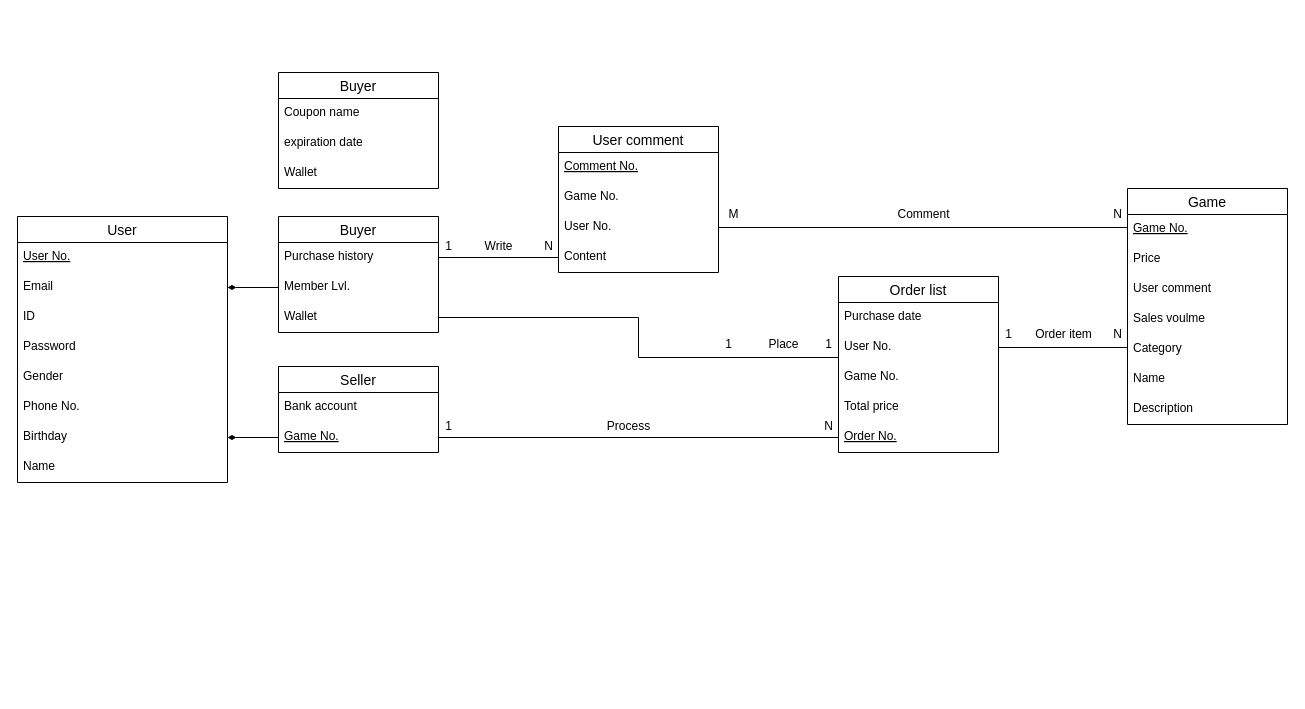
13urgerKing/109-1DBMS keeps this draw.io diagram as page "Database Schema" (3 of 3) of DBMS.drawio. Above is the earlier version. Source tidied: cells renumbered, new cells numbered last; positions are measured from the earlier drawing's top-left corner, leaving out a move shared by most shapes. Both pictures are drawn from the tidied source at 100%, with x=0, y=0 at pixel (17, 72).
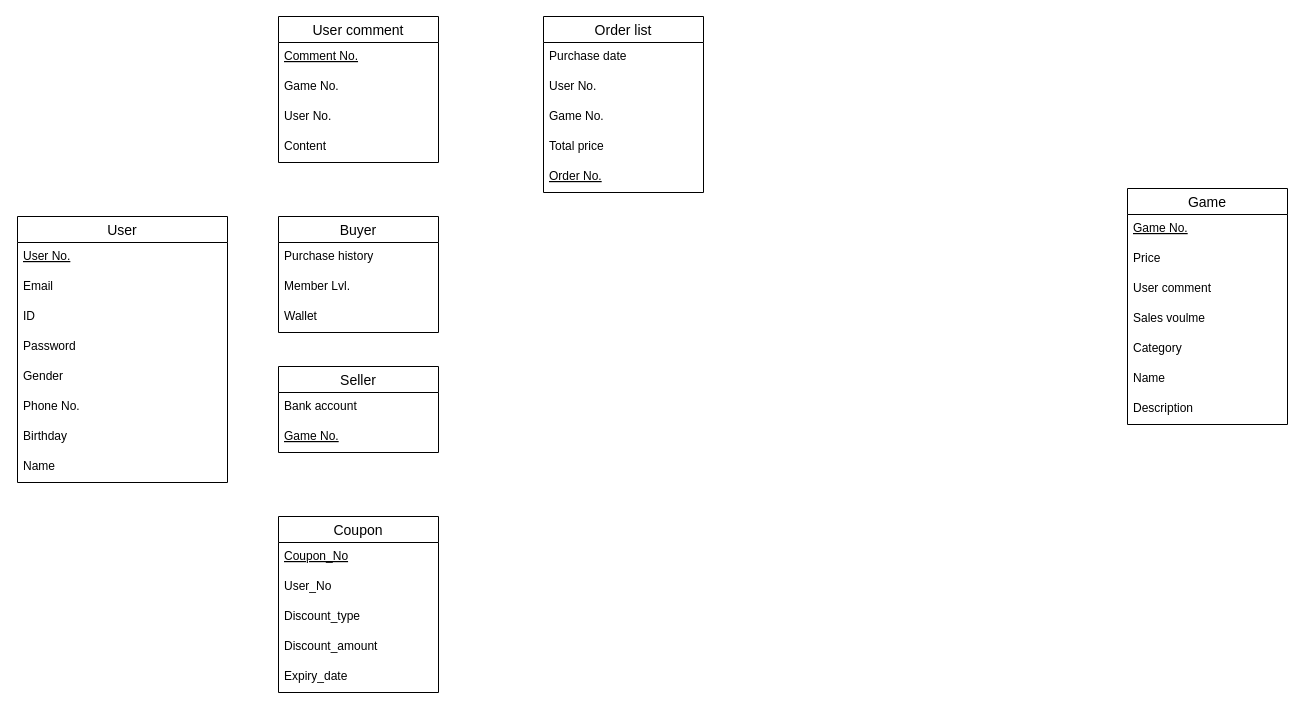
The same page after the edit.

Unchanged cells that the change refers to:
```xml
<mxCell id="4" value="Email" style="text;strokeColor=none;fillColor=none;spacingLeft=4;spacingRight=4;overflow=hidden;points=[[0,0.5],[1,0.5]];portConstraint=eastwest;fontSize=12;" parent="2" vertex="1">
  <mxGeometry y="56" width="210" height="30" as="geometry" />
</mxCell>
<mxCell id="9" value="Birthday" style="text;strokeColor=none;fillColor=none;spacingLeft=4;spacingRight=4;overflow=hidden;points=[[0,0.5],[1,0.5]];portConstraint=eastwest;fontSize=12;" parent="2" vertex="1">
  <mxGeometry y="206" width="210" height="30" as="geometry" />
</mxCell>
<mxCell id="12" value="Purchase history" style="text;strokeColor=none;fillColor=none;spacingLeft=4;spacingRight=4;overflow=hidden;points=[[0,0.5],[1,0.5]];portConstraint=eastwest;fontSize=12;" parent="11" vertex="1">
  <mxGeometry y="26" width="160" height="30" as="geometry" />
</mxCell>
<mxCell id="13" value="Member Lvl." style="text;strokeColor=none;fillColor=none;spacingLeft=4;spacingRight=4;overflow=hidden;points=[[0,0.5],[1,0.5]];portConstraint=eastwest;fontSize=12;" parent="11" vertex="1">
  <mxGeometry y="56" width="160" height="30" as="geometry" />
</mxCell>
<mxCell id="14" value="Wallet" style="text;strokeColor=none;fillColor=none;spacingLeft=4;spacingRight=4;overflow=hidden;points=[[0,0.5],[1,0.5]];portConstraint=eastwest;fontSize=12;" parent="11" vertex="1">
  <mxGeometry y="86" width="160" height="30" as="geometry" />
</mxCell>
<mxCell id="17" value="User No." style="text;strokeColor=none;fillColor=none;spacingLeft=4;spacingRight=4;overflow=hidden;points=[[0,0.5],[1,0.5]];portConstraint=eastwest;fontSize=12;" parent="15" vertex="1">
  <mxGeometry y="56" width="160" height="30" as="geometry" />
</mxCell>
<mxCell id="20" value="Order No." style="text;strokeColor=none;fillColor=none;spacingLeft=4;spacingRight=4;overflow=hidden;points=[[0,0.5],[1,0.5]];portConstraint=eastwest;fontSize=12;fontStyle=4;" parent="15" vertex="1">
  <mxGeometry y="146" width="160" height="30" as="geometry" />
</mxCell>
<mxCell id="23" value="Price" style="text;strokeColor=none;fillColor=none;spacingLeft=4;spacingRight=4;overflow=hidden;points=[[0,0.5],[1,0.5]];portConstraint=eastwest;fontSize=12;" parent="21" vertex="1">
  <mxGeometry y="56" width="160" height="30" as="geometry" />
</mxCell>
<mxCell id="25" value="Sales voulme" style="text;strokeColor=none;fillColor=none;spacingLeft=4;spacingRight=4;overflow=hidden;points=[[0,0.5],[1,0.5]];portConstraint=eastwest;fontSize=12;" parent="21" vertex="1">
  <mxGeometry y="116" width="160" height="30" as="geometry" />
</mxCell>
<mxCell id="31" value="Game No." style="text;strokeColor=none;fillColor=none;spacingLeft=4;spacingRight=4;overflow=hidden;points=[[0,0.5],[1,0.5]];portConstraint=eastwest;fontSize=12;fontStyle=4;" parent="29" vertex="1">
  <mxGeometry y="56" width="160" height="30" as="geometry" />
</mxCell>
<mxCell id="35" value="User No." style="text;strokeColor=none;fillColor=none;spacingLeft=4;spacingRight=4;overflow=hidden;points=[[0,0.5],[1,0.5]];portConstraint=eastwest;fontSize=12;" parent="32" vertex="1">
  <mxGeometry y="86" width="160" height="30" as="geometry" />
</mxCell>
<mxCell id="36" value="Content" style="text;strokeColor=none;fillColor=none;spacingLeft=4;spacingRight=4;overflow=hidden;points=[[0,0.5],[1,0.5]];portConstraint=eastwest;fontSize=12;fontStyle=0;" parent="32" vertex="1">
  <mxGeometry y="116" width="160" height="30" as="geometry" />
</mxCell>
```

Change to the diagram source:
```diff
@@
     <mxCell id="15" value="Order list" style="swimlane;fontStyle=0;horizontal=1;startSize=26;align=center;fontSize=14;" parent="1" vertex="1">
-      <mxGeometry x="821" y="204" width="160" height="176" as="geometry" />
+      <mxGeometry x="526" y="-56" width="160" height="176" as="geometry" />
     </mxCell>
@@
     <mxCell id="32" value="User comment" style="swimlane;fontStyle=0;horizontal=1;startSize=26;align=center;fontSize=14;" parent="1" vertex="1">
-      <mxGeometry x="541" y="54" width="160" height="146" as="geometry" />
+      <mxGeometry x="261" y="-56" width="160" height="146" as="geometry" />
     </mxCell>
@@
-    <mxCell id="37" style="edgeStyle=none;rounded=0;jettySize=auto;html=1;exitX=0;exitY=0.5;exitDx=0;exitDy=0;entryX=1;entryY=0.5;entryDx=0;entryDy=0;endArrow=diamondThin;endFill=1;startArrow=none;startFill=0;" parent="1" edge="1" source="13" target="4">
-      <mxGeometry relative="1" as="geometry" />
-    </mxCell>
-    <mxCell id="38" style="edgeStyle=none;rounded=0;jettySize=auto;html=1;exitX=1;exitY=0.5;exitDx=0;exitDy=0;entryX=0;entryY=0.5;entryDx=0;entryDy=0;startArrow=none;startFill=0;endArrow=none;endFill=0;" parent="1" edge="1" source="12" target="36">
-      <mxGeometry relative="1" as="geometry" />
-    </mxCell>
-    <mxCell id="39" style="edgeStyle=none;rounded=0;jettySize=auto;html=1;exitX=1;exitY=0.5;exitDx=0;exitDy=0;entryX=0;entryY=0.5;entryDx=0;entryDy=0;startArrow=none;startFill=0;endArrow=none;endFill=0;" parent="1" edge="1" source="31" target="20">
-      <mxGeometry relative="1" as="geometry" />
-    </mxCell>
-    <mxCell id="40" value="Write" style="text;html=1;align=center;verticalAlign=middle;" parent="1" vertex="1">
-      <mxGeometry x="461" y="164" width="40" height="20" as="geometry" />
-    </mxCell>
-    <mxCell id="41" value="Process" style="text;html=1;align=center;verticalAlign=middle;" parent="1" vertex="1">
-      <mxGeometry x="581" y="344" width="60" height="20" as="geometry" />
-    </mxCell>
-    <mxCell id="42" value="Place" style="text;html=1;align=center;verticalAlign=middle;" parent="1" vertex="1">
-      <mxGeometry x="741" y="262" width="50" height="20" as="geometry" />
-    </mxCell>
-    <mxCell id="43" style="edgeStyle=none;rounded=0;jettySize=auto;html=1;exitX=1;exitY=0.5;exitDx=0;exitDy=0;entryX=0;entryY=0.5;entryDx=0;entryDy=0;startArrow=none;startFill=0;endArrow=none;endFill=0;" parent="1" edge="1" source="35" target="23">
-      <mxGeometry relative="1" as="geometry">
-        <Array as="points">
-          <mxPoint x="1110" y="155" />
-        </Array>
-      </mxGeometry>
-    </mxCell>
-    <mxCell id="44" value="Comment" style="text;html=1;align=center;verticalAlign=middle;" parent="1" vertex="1">
-      <mxGeometry x="871" y="132" width="70" height="20" as="geometry" />
-    </mxCell>
-    <mxCell id="45" value="1" style="text;html=1;align=center;verticalAlign=middle;" parent="1" vertex="1">
-      <mxGeometry x="421" y="164" width="20" height="20" as="geometry" />
-    </mxCell>
-    <mxCell id="46" value="N" style="text;html=1;align=center;verticalAlign=middle;" parent="1" vertex="1">
-      <mxGeometry x="521" y="164" width="20" height="20" as="geometry" />
-    </mxCell>
-    <mxCell id="47" value="1" style="text;html=1;align=center;verticalAlign=middle;" parent="1" vertex="1">
-      <mxGeometry x="421" y="344" width="20" height="20" as="geometry" />
-    </mxCell>
-    <mxCell id="48" value="N" style="text;html=1;align=center;verticalAlign=middle;" parent="1" vertex="1">
-      <mxGeometry x="801" y="344" width="20" height="20" as="geometry" />
-    </mxCell>
-    <mxCell id="49" value="1" style="text;html=1;align=center;verticalAlign=middle;" parent="1" vertex="1">
-      <mxGeometry x="701" y="262" width="20" height="20" as="geometry" />
-    </mxCell>
-    <mxCell id="50" value="1" style="text;html=1;align=center;verticalAlign=middle;rotation=0;" parent="1" vertex="1">
-      <mxGeometry x="801" y="262" width="20" height="20" as="geometry" />
-    </mxCell>
-    <mxCell id="51" style="edgeStyle=none;rounded=0;jettySize=auto;html=1;exitX=1;exitY=0.5;exitDx=0;exitDy=0;entryX=0;entryY=0.5;entryDx=0;entryDy=0;startArrow=none;startFill=0;endArrow=none;endFill=0;" parent="1" edge="1" source="17" target="25">
-      <mxGeometry relative="1" as="geometry">
-        <Array as="points">
-          <mxPoint x="1110" y="275" />
-        </Array>
-      </mxGeometry>
-    </mxCell>
-    <mxCell id="52" style="edgeStyle=none;rounded=0;jettySize=auto;html=1;entryX=0;entryY=0.5;entryDx=0;entryDy=0;startArrow=none;startFill=0;endArrow=none;endFill=0;exitX=1;exitY=0.5;exitDx=0;exitDy=0;" parent="1" edge="1" source="14" target="17">
-      <mxGeometry relative="1" as="geometry">
-        <Array as="points">
-          <mxPoint x="621" y="245" />
-          <mxPoint x="621" y="285" />
-          <mxPoint x="821" y="285" />
-        </Array>
-      </mxGeometry>
-    </mxCell>
-    <mxCell id="53" value="Order item" style="text;html=1;align=center;verticalAlign=middle;" parent="1" vertex="1">
-      <mxGeometry x="1011" y="252" width="70" height="20" as="geometry" />
-    </mxCell>
-    <mxCell id="54" value="M" style="text;html=1;align=center;verticalAlign=middle;" parent="1" vertex="1">
-      <mxGeometry x="701" y="132" width="30" height="20" as="geometry" />
-    </mxCell>
-    <mxCell id="55" value="N" style="text;html=1;align=center;verticalAlign=middle;" parent="1" vertex="1">
-      <mxGeometry x="1090" y="132" width="20" height="20" as="geometry" />
-    </mxCell>
-    <mxCell id="56" value="1" style="text;html=1;align=center;verticalAlign=middle;" parent="1" vertex="1">
-      <mxGeometry x="981" y="252" width="20" height="20" as="geometry" />
-    </mxCell>
-    <mxCell id="57" value="N" style="text;html=1;align=center;verticalAlign=middle;" parent="1" vertex="1">
-      <mxGeometry x="1090" y="252" width="20" height="20" as="geometry" />
-    </mxCell>
-    <mxCell id="58" style="edgeStyle=none;rounded=0;jettySize=auto;html=1;exitX=1;exitY=0.5;exitDx=0;exitDy=0;entryX=0;entryY=0.5;entryDx=0;entryDy=0;startArrow=diamondThin;startFill=1;endArrow=none;endFill=0;" parent="1" edge="1" source="9" target="31">
-      <mxGeometry relative="1" as="geometry" />
-    </mxCell>
-    <mxCell id="59" value="Buyer" style="swimlane;fontStyle=0;horizontal=1;startSize=26;align=center;fontSize=14;" parent="1" vertex="1">
-      <mxGeometry x="261" width="160" height="116" as="geometry" />
+    <mxCell id="59" value="Coupon" style="swimlane;fontStyle=0;horizontal=1;startSize=26;align=center;fontSize=14;" parent="1" vertex="1">
+      <mxGeometry x="261" y="444" width="160" height="176" as="geometry" />
     </mxCell>
-    <mxCell id="60" value="Coupon name" style="text;strokeColor=none;fillColor=none;spacingLeft=4;spacingRight=4;overflow=hidden;fontSize=12;" parent="59" vertex="1">
+    <mxCell id="60" value="Coupon_No" style="text;strokeColor=none;fillColor=none;spacingLeft=4;spacingRight=4;overflow=hidden;fontSize=12;fontStyle=4;" parent="59" vertex="1">
       <mxGeometry y="26" width="160" height="30" as="geometry" />
     </mxCell>
-    <mxCell id="61" value="expiration date" style="text;strokeColor=none;fillColor=none;spacingLeft=4;spacingRight=4;overflow=hidden;fontSize=12;" parent="59" vertex="1">
+    <mxCell id="61" value="User_No" style="text;strokeColor=none;fillColor=none;spacingLeft=4;spacingRight=4;overflow=hidden;fontSize=12;" parent="59" vertex="1">
       <mxGeometry y="56" width="160" height="30" as="geometry" />
     </mxCell>
-    <mxCell id="62" value="Wallet" style="text;strokeColor=none;fillColor=none;spacingLeft=4;spacingRight=4;overflow=hidden;fontSize=12;" parent="59" vertex="1">
+    <mxCell id="62" value="Discount_type" style="text;strokeColor=none;fillColor=none;spacingLeft=4;spacingRight=4;overflow=hidden;fontSize=12;" parent="59" vertex="1">
       <mxGeometry y="86" width="160" height="30" as="geometry" />
     </mxCell>
+    <mxCell id="63" value="Discount_amount" style="text;strokeColor=none;fillColor=none;spacingLeft=4;spacingRight=4;overflow=hidden;fontSize=12;" parent="59" vertex="1">
+      <mxGeometry y="116" width="160" height="30" as="geometry" />
+    </mxCell>
+    <mxCell id="64" value="Expiry_date" style="text;strokeColor=none;fillColor=none;spacingLeft=4;spacingRight=4;overflow=hidden;fontSize=12;" parent="59" vertex="1">
+      <mxGeometry y="146" width="160" height="30" as="geometry" />
+    </mxCell>
```
